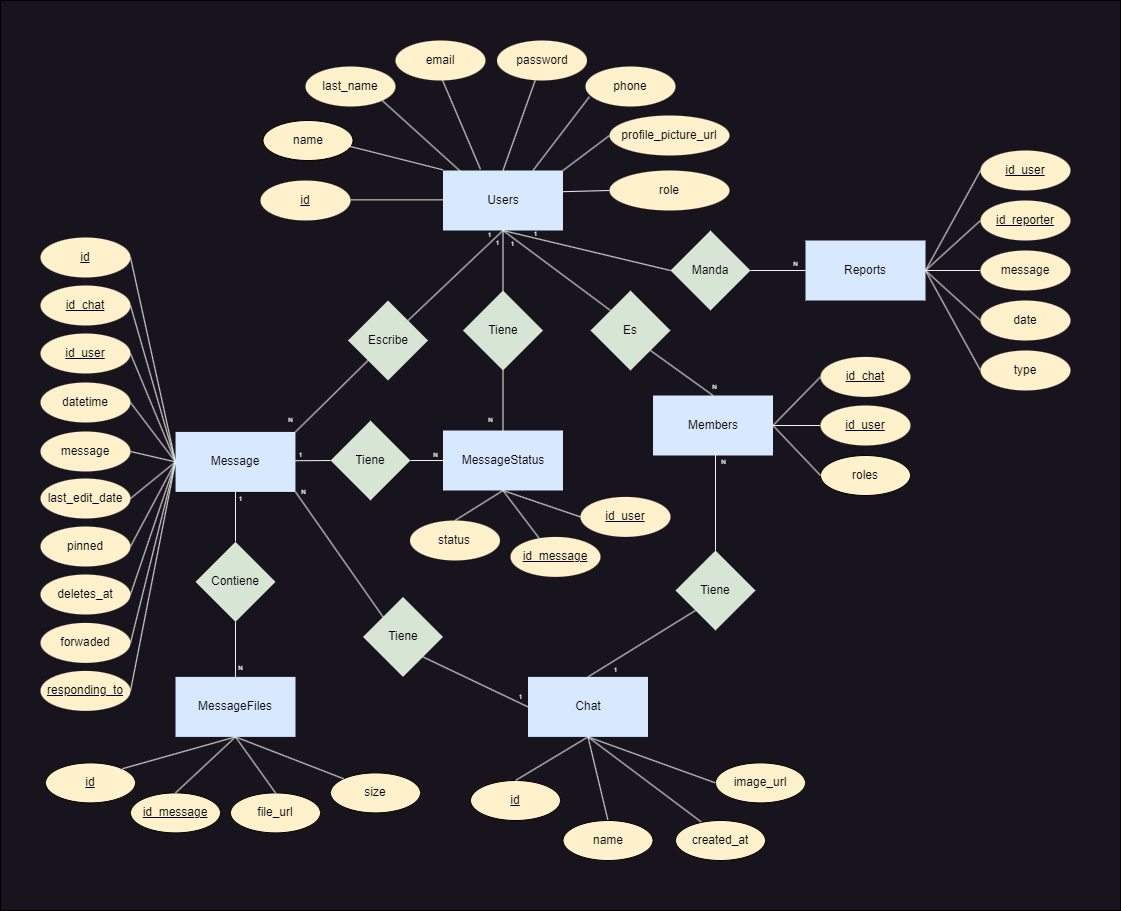
Before: assets/ER-Model.png, a diagram exported from draw.io (benjahuenchunir/React_Madrid_frontend). Source tidied: cells renumbered, new cells last; positions are measured from the earlier drawing's top-left corner, leaving out a move shared by most shapes.
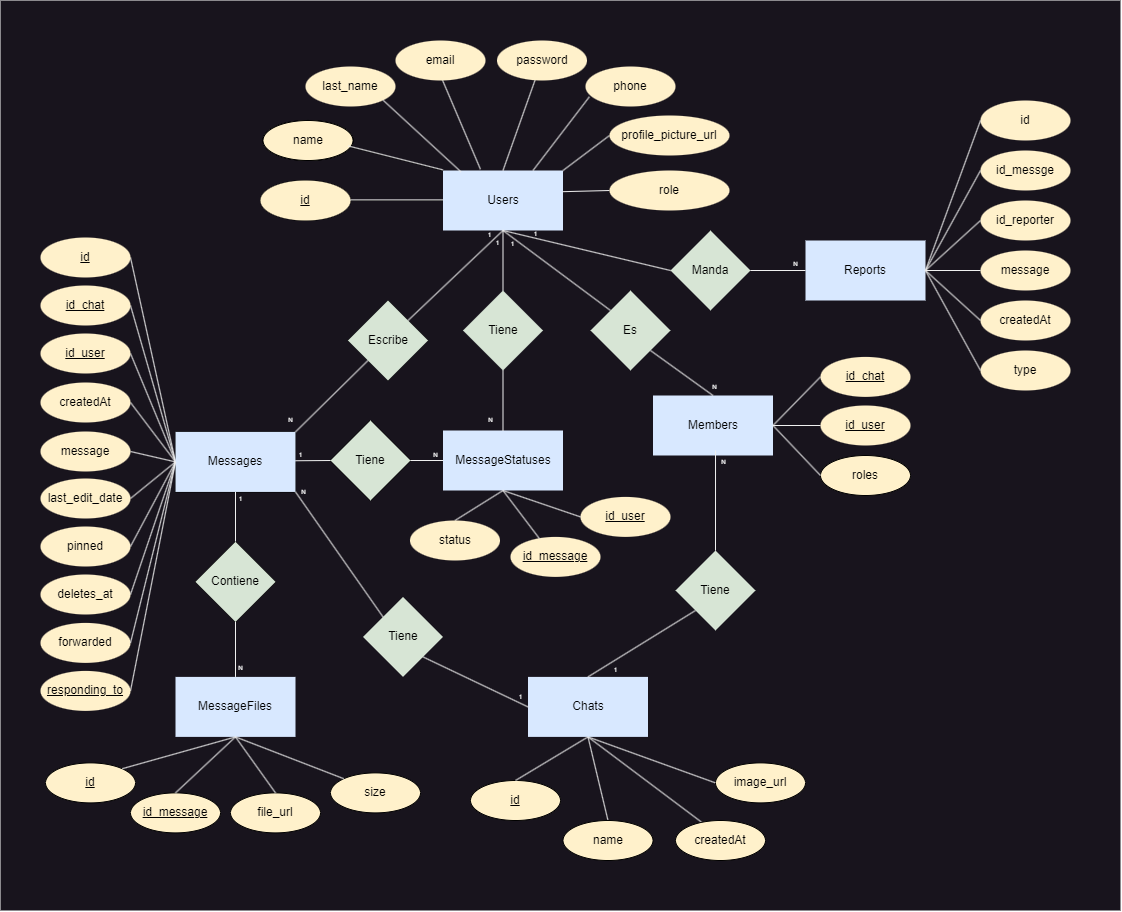
After the commit.

Commit message:
refactor(assets): update diagrams

The edit, as a diff of the source:
```diff
@@ -2,7 +2,7 @@
   <root>
     <mxCell id="0" />
     <mxCell id="1" parent="0" />
-    <mxCell id="2" style="rounded=0;whiteSpace=wrap;html=1;fillColor=#18141D;" parent="1" vertex="1">
+    <mxCell id="2" style="rounded=0;whiteSpace=wrap;html=1;fillColor=#18141D;strokeColor=none;" parent="1" vertex="1">
       <mxGeometry width="1120" height="910" as="geometry" />
     </mxCell>
     <mxCell id="3" style="endArrow=none;html=1;rounded=0;exitX=0.5;exitY=1;exitDx=0;exitDy=0;entryX=0.292;entryY=0.046;entryDx=0;entryDy=0;fontColor=#000000;entryPerimeter=0;strokeColor=#F0F0F0;" parent="1" edge="1" source="13" target="23">
@@ -35,7 +35,7 @@
     <mxCell id="12" value="Escribe" style="rhombus;whiteSpace=wrap;html=1;fontColor=#000000;fillColor=#D7E5D5;" parent="1" vertex="1">
       <mxGeometry x="347.5" y="300" width="80" height="80" as="geometry" />
     </mxCell>
-    <mxCell id="13" value="Chat" style="rounded=0;whiteSpace=wrap;html=1;fontColor=#000000;fillColor=#D8E8FF;strokeColor=none;" parent="1" vertex="1">
+    <mxCell id="13" value="Chats" style="rounded=0;whiteSpace=wrap;html=1;fontColor=#000000;fillColor=#D8E8FF;strokeColor=none;" parent="1" vertex="1">
       <mxGeometry x="527.5" y="676.4" width="120" height="60" as="geometry" />
     </mxCell>
     <mxCell id="14" style="endArrow=none;html=1;rounded=0;entryX=0.5;entryY=1;entryDx=0;entryDy=0;exitX=1;exitY=0;exitDx=0;exitDy=0;fontColor=#000000;strokeColor=#F0F0F0;" parent="1" edge="1" source="12" target="6">
@@ -65,7 +65,7 @@
     <mxCell id="22" value="image_url" style="ellipse;whiteSpace=wrap;html=1;fontColor=#000000;fillColor=#FFF1CB;" parent="1" vertex="1">
       <mxGeometry x="715" y="762.4" width="90" height="40" as="geometry" />
     </mxCell>
-    <mxCell id="23" value="created_at" style="ellipse;whiteSpace=wrap;html=1;fontColor=#000000;fillColor=#FFF1CB;" parent="1" vertex="1">
+    <mxCell id="23" value="createdAt" style="ellipse;whiteSpace=wrap;html=1;fontColor=#000000;fillColor=#FFF1CB;" parent="1" vertex="1">
       <mxGeometry x="675" y="820" width="90" height="40" as="geometry" />
     </mxCell>
     <mxCell id="24" value="&lt;u&gt;id&lt;/u&gt;" style="ellipse;whiteSpace=wrap;html=1;fontColor=#000000;fillColor=#FFF1CB;" parent="1" vertex="1">
@@ -203,13 +203,13 @@
     <mxCell id="68" value="message" style="ellipse;whiteSpace=wrap;html=1;fontColor=#000000;fillColor=#FFF1CB;strokeColor=none;" parent="1" vertex="1">
       <mxGeometry x="980" y="250" width="90" height="40" as="geometry" />
     </mxCell>
-    <mxCell id="69" value="&lt;u&gt;id_user&lt;/u&gt;" style="ellipse;whiteSpace=wrap;html=1;fontColor=#000000;fillColor=#FFF1CB;strokeColor=none;" parent="1" vertex="1">
+    <mxCell id="69" value="&lt;span&gt;id_messge&lt;/span&gt;" style="ellipse;whiteSpace=wrap;html=1;fontColor=#000000;fillColor=#FFF1CB;strokeColor=none;fontStyle=0;" parent="1" vertex="1">
       <mxGeometry x="980" y="150" width="90" height="40" as="geometry" />
     </mxCell>
-    <mxCell id="70" value="&lt;u&gt;id_reporter&lt;/u&gt;" style="ellipse;whiteSpace=wrap;html=1;fontColor=#000000;fillColor=#FFF1CB;strokeColor=none;" parent="1" vertex="1">
+    <mxCell id="70" value="&lt;span&gt;id_reporter&lt;/span&gt;" style="ellipse;whiteSpace=wrap;html=1;fontColor=#000000;fillColor=#FFF1CB;strokeColor=none;fontStyle=0;" parent="1" vertex="1">
       <mxGeometry x="980" y="200" width="90" height="40" as="geometry" />
     </mxCell>
-    <mxCell id="71" value="date" style="ellipse;whiteSpace=wrap;html=1;fontColor=#000000;fillColor=#FFF1CB;strokeColor=none;" parent="1" vertex="1">
+    <mxCell id="71" value="createdAt" style="ellipse;whiteSpace=wrap;html=1;fontColor=#000000;fillColor=#FFF1CB;strokeColor=none;" parent="1" vertex="1">
       <mxGeometry x="980" y="300" width="90" height="40" as="geometry" />
     </mxCell>
     <mxCell id="72" value="type" style="ellipse;whiteSpace=wrap;html=1;fontColor=#000000;fillColor=#FFF1CB;strokeColor=none;" parent="1" vertex="1">
@@ -230,7 +230,7 @@
     <mxCell id="77" style="endArrow=none;html=1;rounded=0;entryX=1;entryY=0.5;entryDx=0;entryDy=0;exitX=0;exitY=0.5;exitDx=0;exitDy=0;fontColor=#000000;strokeColor=#F0F0F0;" parent="1" edge="1" source="72" target="66">
       <mxGeometry relative="1" as="geometry" />
     </mxCell>
-    <mxCell id="78" value="MessageStatus" style="rounded=0;whiteSpace=wrap;html=1;fontColor=#000000;fillColor=#D8E8FF;strokeColor=none;" parent="1" vertex="1">
+    <mxCell id="78" value="MessageStatuses" style="rounded=0;whiteSpace=wrap;html=1;fontColor=#000000;fillColor=#D8E8FF;strokeColor=none;" parent="1" vertex="1">
       <mxGeometry x="442.5" y="430" width="120" height="60" as="geometry" />
     </mxCell>
     <mxCell id="79" style="endArrow=none;html=1;rounded=0;entryX=0.5;entryY=1;entryDx=0;entryDy=0;fontColor=#000000;exitX=0.5;exitY=0;exitDx=0;exitDy=0;strokeColor=#F0F0F0;" parent="1" edge="1" source="80" target="78">
@@ -335,7 +335,7 @@
     <mxCell id="112" value="&lt;u&gt;id_user&lt;/u&gt;" style="ellipse;whiteSpace=wrap;html=1;fontColor=#000000;fillColor=#FFF1CB;strokeColor=none;" parent="1" vertex="1">
       <mxGeometry x="40" y="333" width="90" height="40" as="geometry" />
     </mxCell>
-    <mxCell id="113" value="datetime" style="ellipse;whiteSpace=wrap;html=1;fontColor=#000000;fillColor=#FFF1CB;strokeColor=none;" parent="1" vertex="1">
+    <mxCell id="113" value="createdAt" style="ellipse;whiteSpace=wrap;html=1;fontColor=#000000;fillColor=#FFF1CB;strokeColor=none;" parent="1" vertex="1">
       <mxGeometry x="40" y="382" width="90" height="40" as="geometry" />
     </mxCell>
     <mxCell id="114" value="message" style="ellipse;whiteSpace=wrap;html=1;fontColor=#000000;fillColor=#FFF1CB;strokeColor=none;" parent="1" vertex="1">
@@ -347,7 +347,7 @@
     <mxCell id="116" value="&lt;u&gt;responding_to&lt;/u&gt;" style="ellipse;whiteSpace=wrap;html=1;fontColor=#000000;fillColor=#FFF1CB;strokeColor=none;" parent="1" vertex="1">
       <mxGeometry x="40" y="670.4" width="90" height="40" as="geometry" />
     </mxCell>
-    <mxCell id="117" value="Message" style="rounded=0;whiteSpace=wrap;html=1;fontColor=#000000;fillColor=#D8E8FF;strokeColor=none;" parent="1" vertex="1">
+    <mxCell id="117" value="Messages" style="rounded=0;whiteSpace=wrap;html=1;fontColor=#000000;fillColor=#D8E8FF;strokeColor=none;" parent="1" vertex="1">
       <mxGeometry x="175" y="431.4" width="120" height="60" as="geometry" />
     </mxCell>
     <mxCell id="118" value="Contiene" style="rhombus;whiteSpace=wrap;html=1;fontColor=#000000;fillColor=#D7E5D5;strokeColor=none;" parent="1" vertex="1">
@@ -394,7 +394,7 @@
     <mxCell id="129" value="deletes_at" style="ellipse;whiteSpace=wrap;html=1;fontColor=#000000;fillColor=#FFF1CB;strokeColor=none;" parent="1" vertex="1">
       <mxGeometry x="40" y="574" width="90" height="40" as="geometry" />
     </mxCell>
-    <mxCell id="130" value="forwaded" style="ellipse;whiteSpace=wrap;html=1;fontColor=#000000;fillColor=#FFF1CB;strokeColor=none;" parent="1" vertex="1">
+    <mxCell id="130" value="forwarded" style="ellipse;whiteSpace=wrap;html=1;fontColor=#000000;fillColor=#FFF1CB;strokeColor=none;" parent="1" vertex="1">
       <mxGeometry x="40" y="622.4" width="90" height="40" as="geometry" />
     </mxCell>
     <mxCell id="131" style="rounded=0;jettySize=auto;html=1;exitX=0;exitY=0.5;exitDx=0;exitDy=0;entryX=1;entryY=0.5;entryDx=0;entryDy=0;strokeColor=#F0F0F0;endArrow=none;endFill=0;fontColor=#000000;" parent="1" edge="1" source="117" target="129">
@@ -403,5 +403,11 @@
     <mxCell id="132" style="rounded=0;jettySize=auto;html=1;exitX=0;exitY=0.5;exitDx=0;exitDy=0;entryX=1;entryY=0.5;entryDx=0;entryDy=0;strokeColor=#F0F0F0;endArrow=none;endFill=0;fontColor=#000000;" parent="1" edge="1" source="117" target="130">
       <mxGeometry relative="1" as="geometry" />
     </mxCell>
+    <mxCell id="133" value="&lt;span&gt;id&lt;/span&gt;" style="ellipse;whiteSpace=wrap;html=1;fontColor=#000000;fillColor=#FFF1CB;strokeColor=none;fontStyle=0;" parent="1" vertex="1">
+      <mxGeometry x="980" y="100" width="90" height="40" as="geometry" />
+    </mxCell>
+    <mxCell id="134" style="endArrow=none;html=1;rounded=0;exitX=0;exitY=0.5;exitDx=0;exitDy=0;fontColor=#000000;strokeColor=#F0F0F0;entryX=1;entryY=0.5;entryDx=0;entryDy=0;" parent="1" edge="1" source="133" target="66">
+      <mxGeometry relative="1" as="geometry" />
+    </mxCell>
   </root>
 </mxGraphModel>
```
